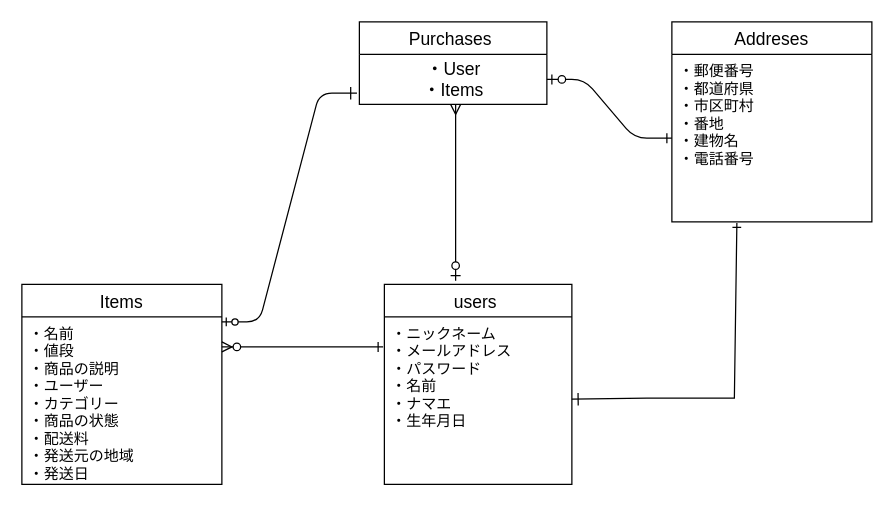
Earlier version of the draw.io diagram readme.dio (mera-tho/furima-28613). Source tidied: cells renumbered, new cells numbered last; positions are measured from the earlier drawing's top-left corner, leaving out a move shared by most shapes. Both pictures are drawn from the tidied source at 125%, with x=0, y=0 at pixel (21, 21).
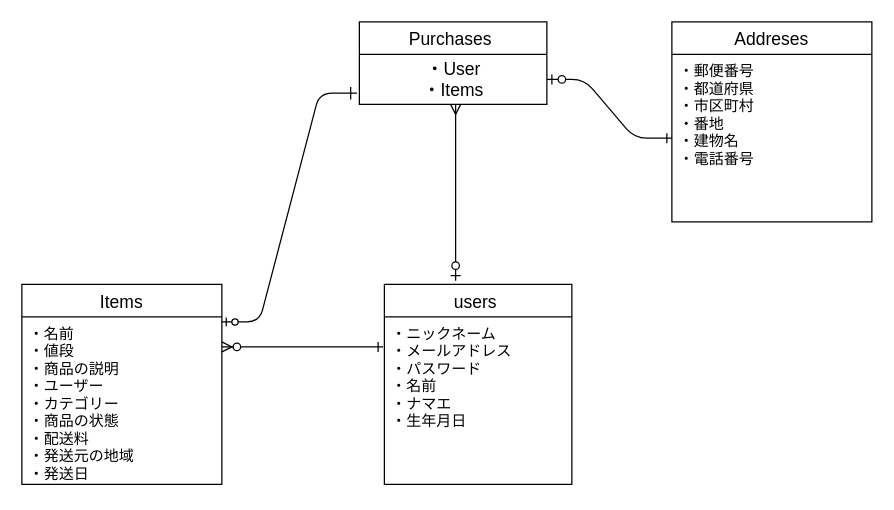
The same page after the edit.

Commit message (it also covers changes not shown here):
readme再再再々修正

Unchanged cells that the change refers to:
```xml
<mxCell id="3" value="・ニックネーム&#10;・メールアドレス&#10;・パスワード&#10;・名前&#10;・ナマエ&#10;・生年月日&#10;" style="text;strokeColor=none;fillColor=none;spacingLeft=4;spacingRight=4;overflow=hidden;points=[[0,0.5],[1,0.5]];portConstraint=eastwest;fontSize=12;" parent="2" vertex="1">
  <mxGeometry y="26" width="150" height="134" as="geometry" />
</mxCell>
<mxCell id="8" value="・郵便番号&#10;・都道府県&#10;・市区町村&#10;・番地&#10;・建物名&#10;・電話番号&#10;" style="text;strokeColor=none;fillColor=none;spacingLeft=4;spacingRight=4;overflow=hidden;points=[[0,0.5],[1,0.5]];portConstraint=eastwest;fontSize=12;" parent="7" vertex="1">
  <mxGeometry y="26" width="160" height="134" as="geometry" />
</mxCell>
```

Change to the diagram source:
```diff
@@
-    <mxCell id="6" style="edgeStyle=none;rounded=0;jettySize=auto;html=1;startArrow=ERone;startFill=0;startSize=5;sourcePerimeterSpacing=7;endArrow=ERone;endFill=0;endSize=8;fontSize=14;exitX=0.325;exitY=1.007;exitDx=0;exitDy=0;exitPerimeter=0;" parent="1" edge="1" source="8" target="3">
-      <mxGeometry relative="1" as="geometry">
-        <Array as="points">
-          <mxPoint x="570" y="301" />
-          <mxPoint x="510" y="301" />
-          <mxPoint x="500" y="301" />
-        </Array>
-      </mxGeometry>
-    </mxCell>
```
